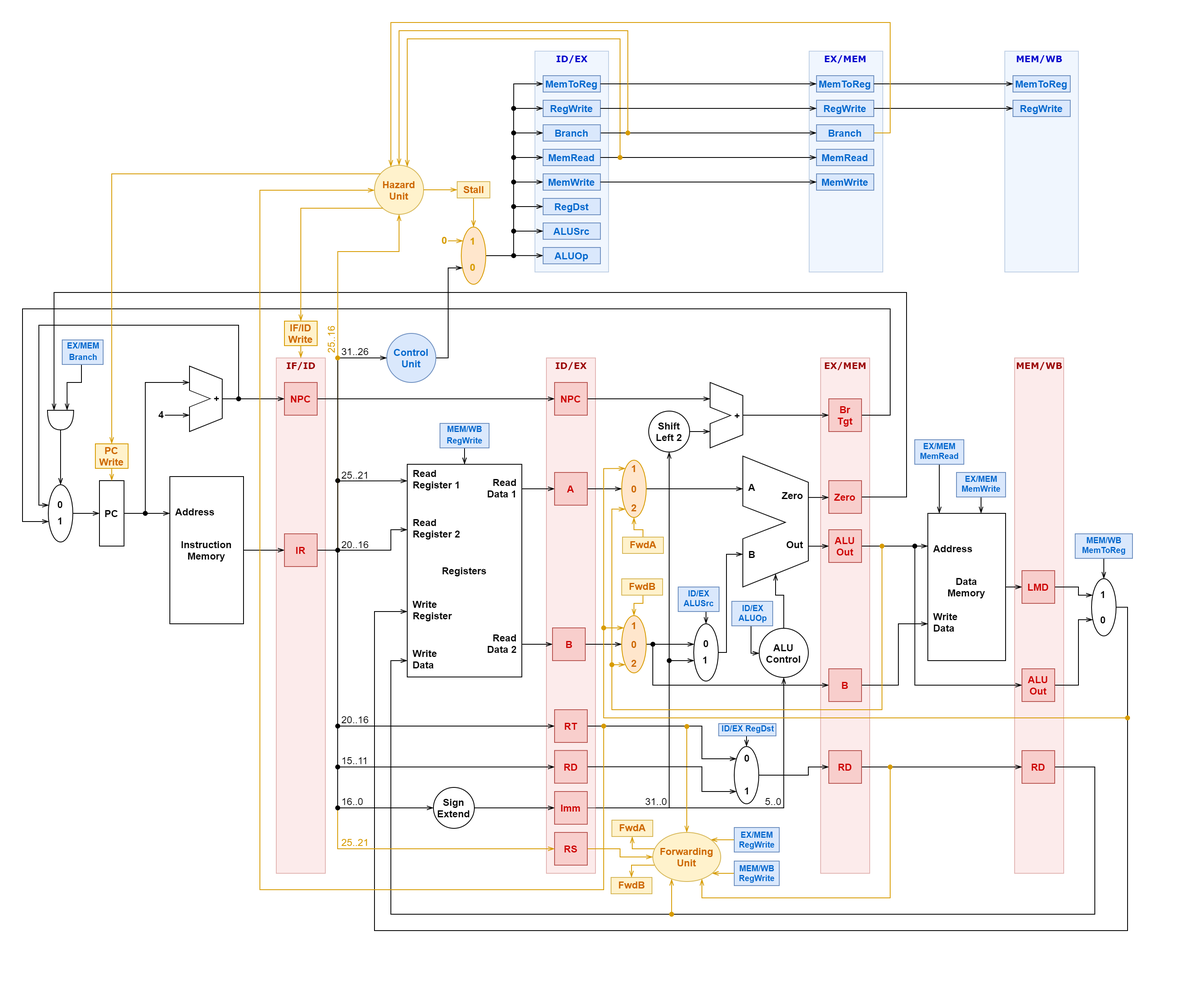
Above: diagramControlHazard.png in gabekanegae/mips-pipeline-simulator (draw.io), before the change. Source tidied: cells renumbered, new cells last; positions are measured from the earlier drawing's top-left corner, leaving out a move shared by most shapes.
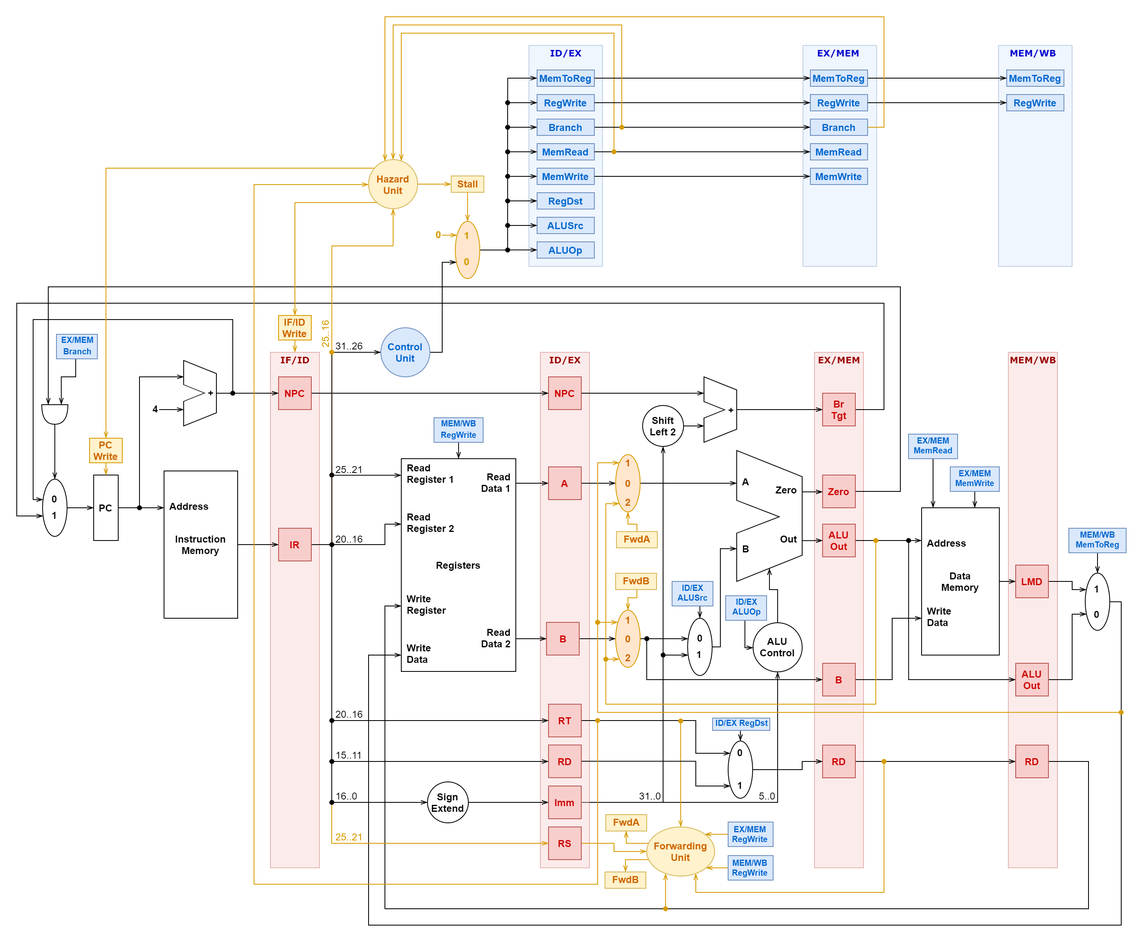
After the commit.

Commit message:
Fix diagram sizes

What changed in the source:
```diff
@@ -212,7 +212,7 @@
           <mxPoint x="1350" y="715" />
           <mxPoint x="1350" y="1110" />
           <mxPoint x="430" y="1110" />
-          <mxPoint x="430" y="720" />
+          <mxPoint x="430" y="780" />
         </Array>
       </mxGeometry>
     </mxCell>
@@ -304,7 +304,7 @@
       <mxGeometry relative="1" as="geometry">
         <Array as="points">
           <mxPoint x="450" y="960" />
-          <mxPoint x="450" y="780" />
+          <mxPoint x="450" y="720" />
         </Array>
       </mxGeometry>
     </mxCell>
@@ -1119,5 +1119,8 @@
     <mxCell id="267" style="ellipse;whiteSpace=wrap;html=1;strokeColor=#d79b00;fillColor=#D79B00;fontSize=10;align=right;" parent="1" vertex="1">
       <mxGeometry x="737" y="132.5" width="5" height="5" as="geometry" />
     </mxCell>
+    <mxCell id="268" style="rounded=0;whiteSpace=wrap;html=1;fillColor=none;strokeColor=none;" parent="1" vertex="1">
+      <mxGeometry x="-20" y="-20" width="1400" height="1154" as="geometry" />
+    </mxCell>
   </root>
 </mxGraphModel>
```
